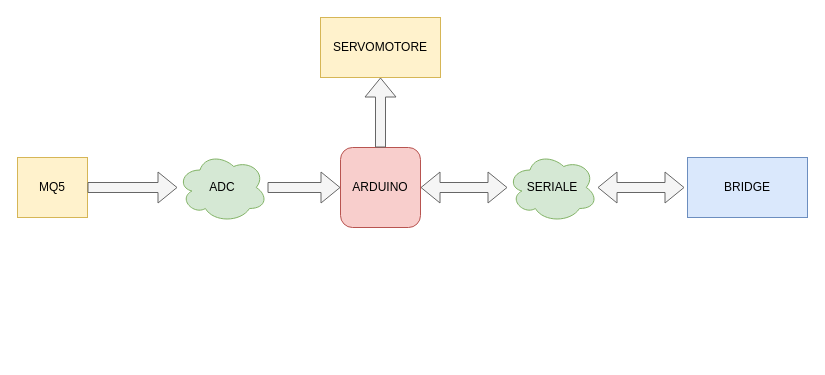
This is Relazione/arduino.drawio from fabriziodiblasi/Bot_IoT, a draw.io file, before an edit. Source tidied: cells renumbered, new cells numbered last; positions are measured from the earlier drawing's top-left corner, leaving out a move shared by most shapes. Both pictures are drawn from the tidied source at 100%, with x=0, y=0 at pixel (17, 17).
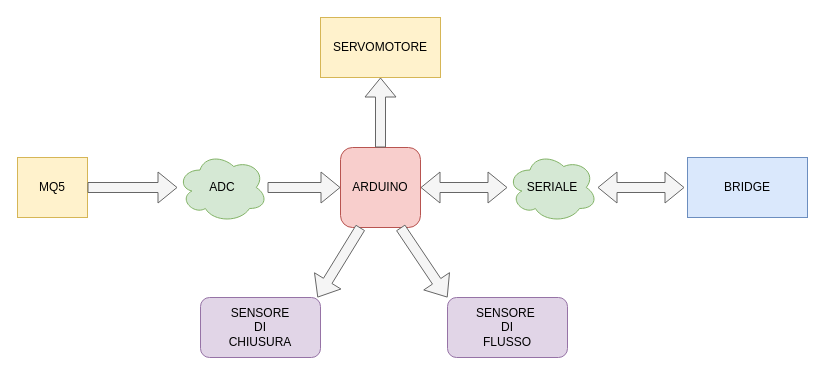
The same diagram, later.

Unchanged cells that the change refers to:
```xml
<mxCell id="2" value="ARDUINO" style="whiteSpace=wrap;html=1;fillColor=#f8cecc;strokeColor=#b85450;rounded=1;" parent="1" vertex="1">
  <mxGeometry x="323" y="130" width="80" height="80" as="geometry" />
</mxCell>
```

Change to the diagram source:
```diff
@@
+    <mxCell id="13" style="shape=flexArrow;endArrow=classic;html=1;exitX=0.25;exitY=1;exitDx=0;exitDy=0;fillColor=#f5f5f5;strokeColor=#666666;" parent="1" edge="1" source="2">
+      <mxGeometry relative="1" as="geometry">
+        <mxPoint x="300" y="280" as="targetPoint" />
+      </mxGeometry>
+    </mxCell>
+    <mxCell id="14" style="shape=flexArrow;endArrow=classic;html=1;exitX=0.75;exitY=1;exitDx=0;exitDy=0;fillColor=#f5f5f5;strokeColor=#666666;" parent="1" edge="1" source="2">
+      <mxGeometry relative="1" as="geometry">
+        <mxPoint x="430" y="280" as="targetPoint" />
+      </mxGeometry>
+    </mxCell>
+    <mxCell id="15" value="SENSORE&lt;br&gt;DI&lt;br&gt;CHIUSURA&lt;br&gt;" style="rounded=1;whiteSpace=wrap;html=1;fillColor=#e1d5e7;strokeColor=#9673a6;" parent="1" vertex="1">
+      <mxGeometry x="183" y="280" width="120" height="60" as="geometry" />
+    </mxCell>
+    <mxCell id="16" value="SENSORE&amp;nbsp;&lt;br&gt;DI&lt;br&gt;FLUSSO&lt;br&gt;" style="rounded=1;whiteSpace=wrap;html=1;fillColor=#e1d5e7;strokeColor=#9673a6;" parent="1" vertex="1">
+      <mxGeometry x="430" y="280" width="120" height="60" as="geometry" />
+    </mxCell>
```
